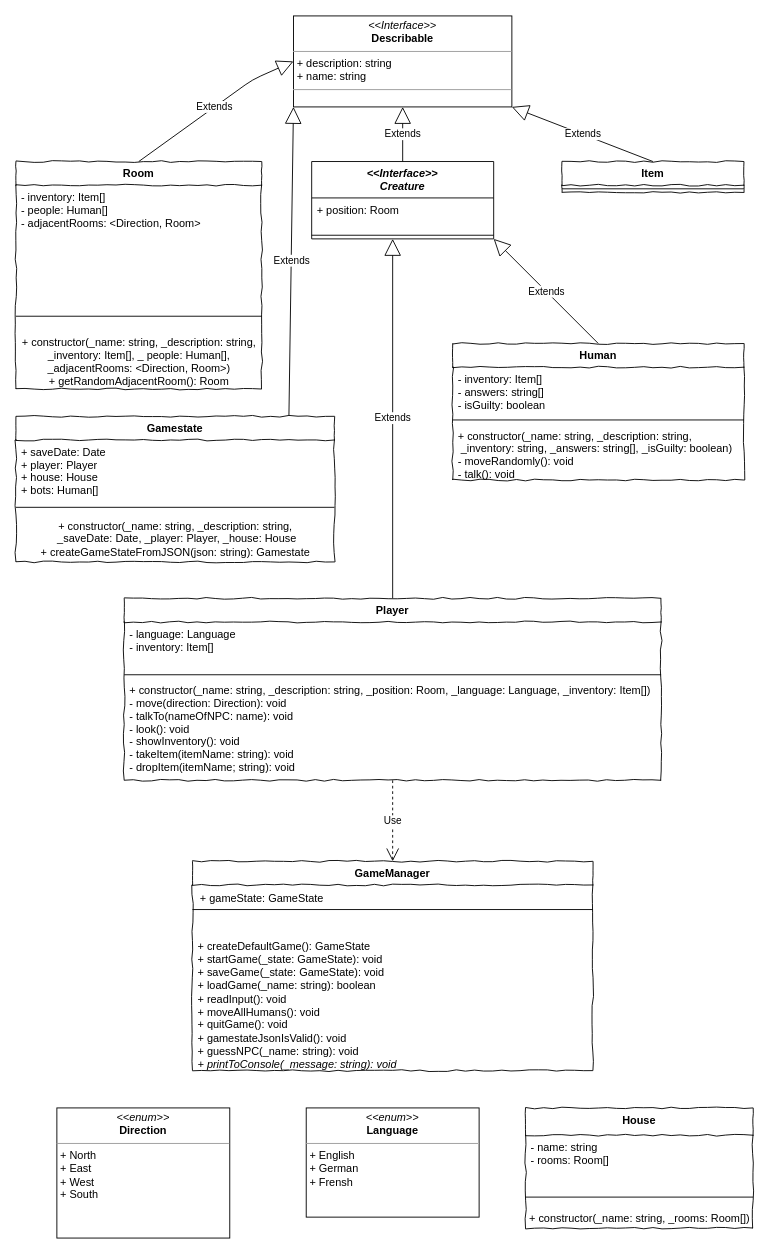
AljoshaVieth/SoftwareDesignTextAdventure keeps this draw.io diagram as page "Classes" (1 of 6) of concept/classes.drawio. Above is the earlier version. Source tidied: cells renumbered, new cells numbered last; positions are measured from the earlier drawing's top-left corner, leaving out a move shared by most shapes. Both pictures are drawn from the tidied source at 91%, with x=0, y=0 at pixel (15, 15).
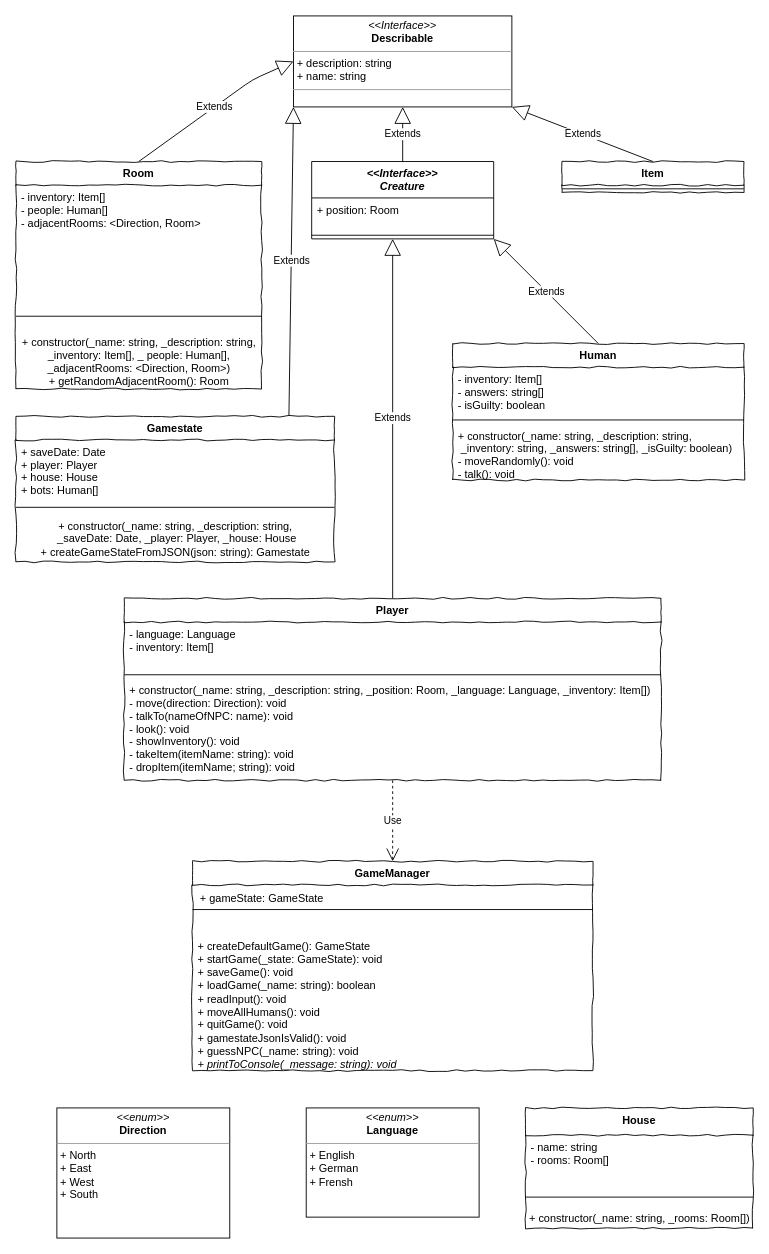
After the change.

The change refers to these unchanged cells:
```xml
<mxCell id="32" value="GameManager" style="swimlane;fontStyle=1;align=center;verticalAlign=top;horizontal=1;startSize=26;rounded=0;shadow=0;comic=1;strokeWidth=1;" parent="1" vertex="1">
  <mxGeometry x="194" y="929" width="440" height="230" as="geometry" />
</mxCell>
```

What changed in the source:
```diff
@@
-    <mxCell id="34" value="+ createDefaultGame(): GameState&lt;br&gt;+ startGame(_state: GameState): void&lt;br&gt;+ saveGame(_state: GameState): void&lt;br&gt;+ loadGame(_name: string): boolean&lt;br&gt;+ readInput(): void&lt;br&gt;+ moveAllHumans(): void&lt;br&gt;+ quitGame(): void&lt;br&gt;+ gamestateJsonIsValid(): void&lt;br&gt;+ guessNPC(_name: string): void&lt;br&gt;&lt;i&gt;+ printToConsole(_message: string): void&lt;/i&gt;" style="text;strokeColor=none;fillColor=none;align=left;verticalAlign=top;spacingLeft=4;spacingRight=4;overflow=hidden;fontStyle=0;html=1;" parent="32" vertex="1">
+    <mxCell id="34" value="+ createDefaultGame(): GameState&lt;br&gt;+ startGame(_state: GameState): void&lt;br&gt;+ saveGame(): void&lt;br&gt;+ loadGame(_name: string): boolean&lt;br&gt;+ readInput(): void&lt;br&gt;+ moveAllHumans(): void&lt;br&gt;+ quitGame(): void&lt;br&gt;+ gamestateJsonIsValid(): void&lt;br&gt;+ guessNPC(_name: string): void&lt;br&gt;&lt;i&gt;+ printToConsole(_message: string): void&lt;/i&gt;" style="text;strokeColor=none;fillColor=none;align=left;verticalAlign=top;spacingLeft=4;spacingRight=4;overflow=hidden;fontStyle=0;html=1;" parent="32" vertex="1">
       <mxGeometry y="80" width="440" height="150" as="geometry" />
     </mxCell>
```
